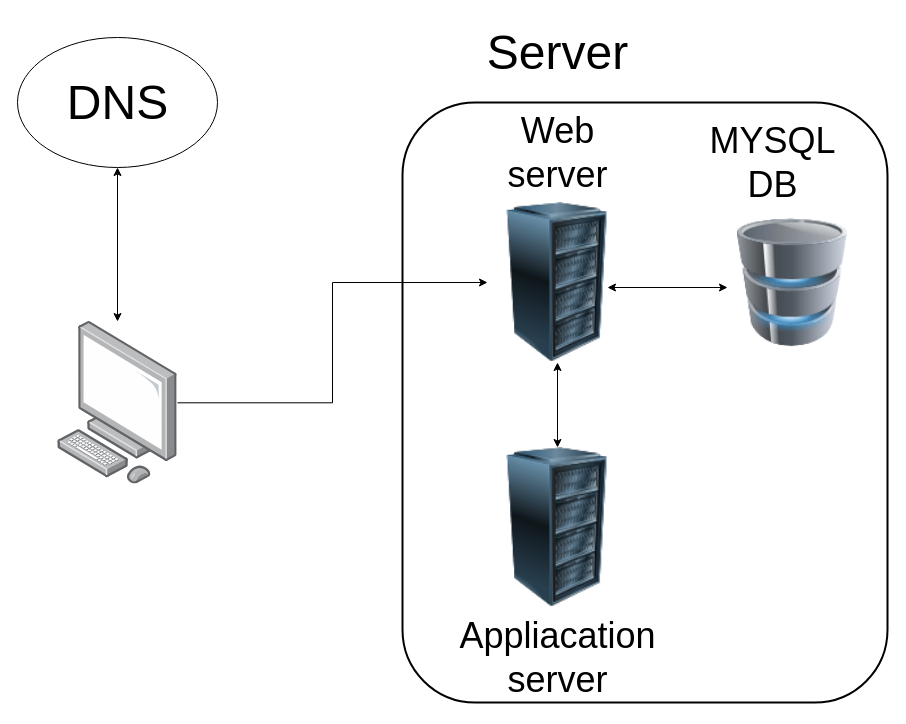
This is 0x09-web_infrastructure_design/Untitled Diagram.drawio from mitch-codes/alx-system_engineering-devops, a draw.io file, before an edit. Source tidied: cells renumbered, new cells numbered last; positions are measured from the earlier drawing's top-left corner, leaving out a move shared by most shapes. Both pictures are drawn from the tidied source at 100%, with x=0, y=0 at pixel (17, 17).
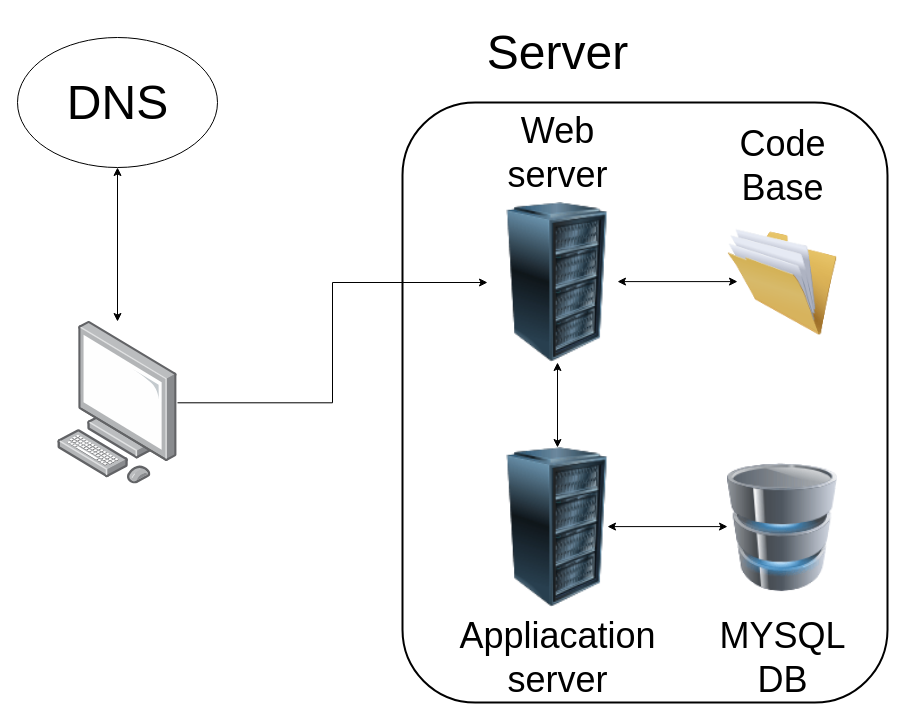
After the change.

Change to the diagram source:
```diff
@@
     <mxCell id="14" style="image;html=1;image=img/lib/clip_art/computers/Database_128x128.png;" parent="1" vertex="1">
-      <mxGeometry x="720" y="178" width="110" height="174" as="geometry" />
+      <mxGeometry x="710" y="423" width="110" height="174" as="geometry" />
     </mxCell>
     <mxCell id="15" value="&lt;font style=&quot;&quot;&gt;&lt;span style=&quot;font-size: 36px;&quot;&gt;MYSQL&lt;br&gt;DB&lt;/span&gt;&lt;br&gt;&lt;/font&gt;" style="text;html=1;align=center;verticalAlign=middle;strokeColor=none;fillColor=none;" parent="1" vertex="1">
-      <mxGeometry x="680" y="95" width="150" height="100" as="geometry" />
+      <mxGeometry x="690" y="590" width="150" height="100" as="geometry" />
     </mxCell>
     <mxCell id="16" style="endArrow=classic;startArrow=classic;html=1;rounded=0;" parent="1" edge="1">
       <mxGeometry relative="1" as="geometry">
-        <mxPoint x="590" y="270" as="sourcePoint" />
-        <mxPoint x="710" y="270" as="targetPoint" />
+        <mxPoint x="590" y="509.1" as="sourcePoint" />
+        <mxPoint x="710" y="509.1" as="targetPoint" />
       </mxGeometry>
     </mxCell>
+    <mxCell id="17" style="image;html=1;image=img/lib/clip_art/general/Full_Folder_128x128.png;" parent="1" vertex="1">
+      <mxGeometry x="710" y="197.5" width="110" height="135" as="geometry" />
+    </mxCell>
+    <mxCell id="18" style="endArrow=classic;startArrow=classic;html=1;rounded=0;" parent="1" edge="1">
+      <mxGeometry relative="1" as="geometry">
+        <mxPoint x="600" y="264.1" as="sourcePoint" />
+        <mxPoint x="720" y="264.1" as="targetPoint" />
+      </mxGeometry>
+    </mxCell>
+    <mxCell id="19" value="&lt;font style=&quot;&quot;&gt;&lt;span style=&quot;font-size: 36px;&quot;&gt;Code&lt;br&gt;Base&lt;/span&gt;&lt;br&gt;&lt;/font&gt;" style="text;html=1;align=center;verticalAlign=middle;strokeColor=none;fillColor=none;" parent="1" vertex="1">
+      <mxGeometry x="710" y="97.5" width="110" height="100" as="geometry" />
+    </mxCell>
```
